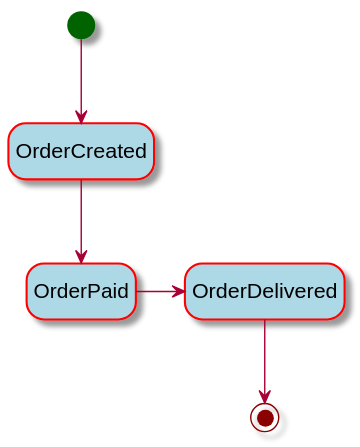
Before: .assets/state-machine.svg, a diagram exported from PlantUML (idugalic/axon-statemachine-demo).
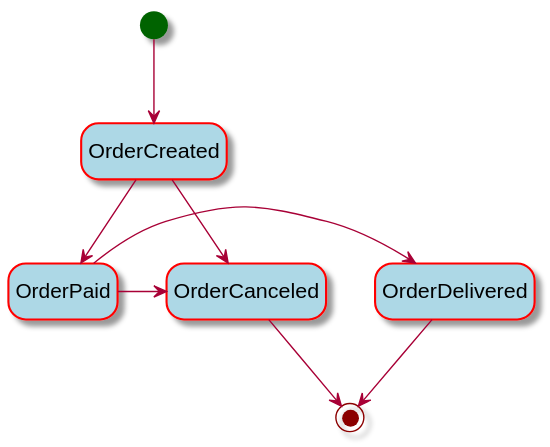
The same file after the commit.

Diff of the diagram source:
```diff
@@ -6,10 +6,13 @@
   BackgroundColor<<Warning>> Olive
   BorderColor Red
 }
+hide empty description
 
-hide empty description
 [*] --> OrderCreated
 OrderCreated --> OrderPaid
+OrderCreated --> OrderCanceled
 OrderPaid -> OrderDelivered
+OrderPaid -> OrderCanceled
 OrderDelivered --> [*]
+OrderCanceled --> [*]
 @enduml
```
